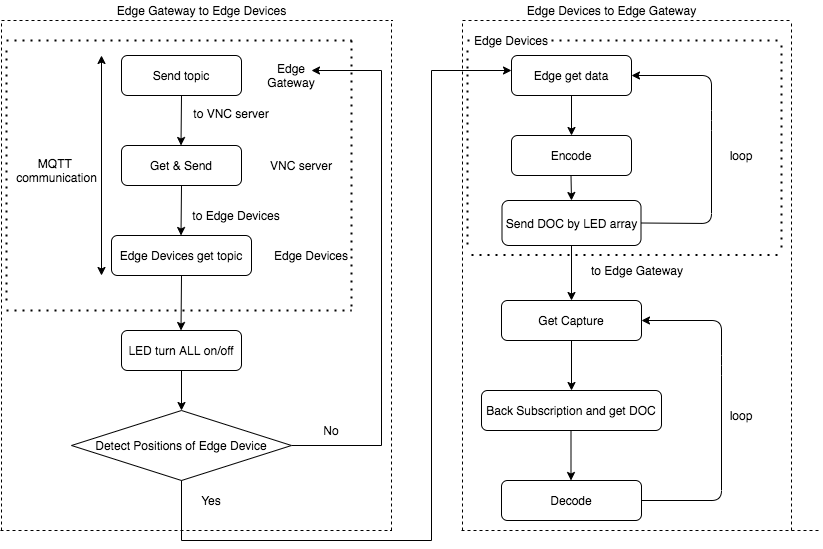
Before: issue/DOC-Diagram.png, a diagram exported from draw.io (jamjamjam888/opencv-python). Source tidied: cells renumbered, new cells last; positions are measured from the earlier drawing's top-left corner, leaving out a move shared by most shapes.
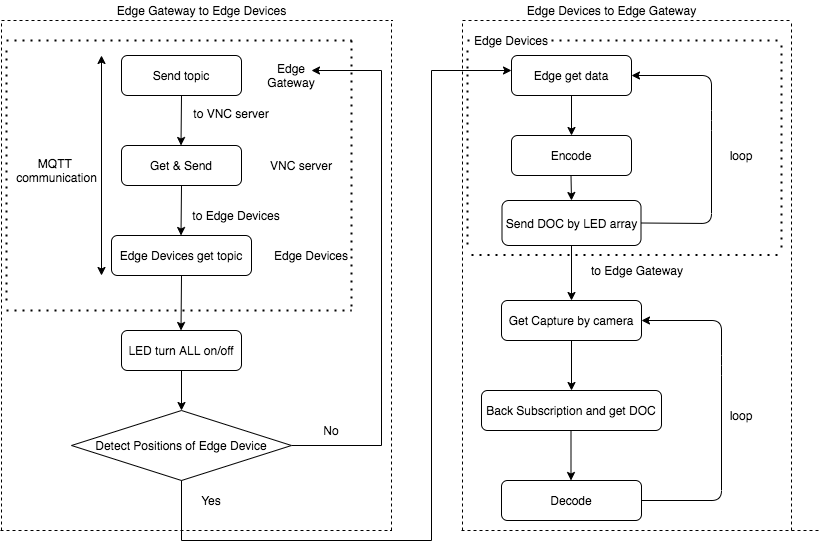
Later version of the same file.

What changed in the source:
```diff
@@ -142,7 +142,7 @@
     <mxCell id="31" value="Edge get data" style="rounded=1;whiteSpace=wrap;html=1;fontSize=12;glass=0;strokeWidth=1;shadow=0;" parent="1" vertex="1">
       <mxGeometry x="511" y="55" width="120" height="40" as="geometry" />
     </mxCell>
-    <mxCell id="32" value="Get Capture" style="rounded=1;whiteSpace=wrap;html=1;fontSize=12;glass=0;strokeWidth=1;shadow=0;" parent="1" vertex="1">
+    <mxCell id="32" value="Get Capture by camera" style="rounded=1;whiteSpace=wrap;html=1;fontSize=12;glass=0;strokeWidth=1;shadow=0;" parent="1" vertex="1">
       <mxGeometry x="501" y="300" width="140" height="40" as="geometry" />
     </mxCell>
     <mxCell id="33" style="endArrow=none;dashed=1;html=1;dashPattern=1 3;strokeWidth=2;" parent="1" edge="1" source="44">
```
